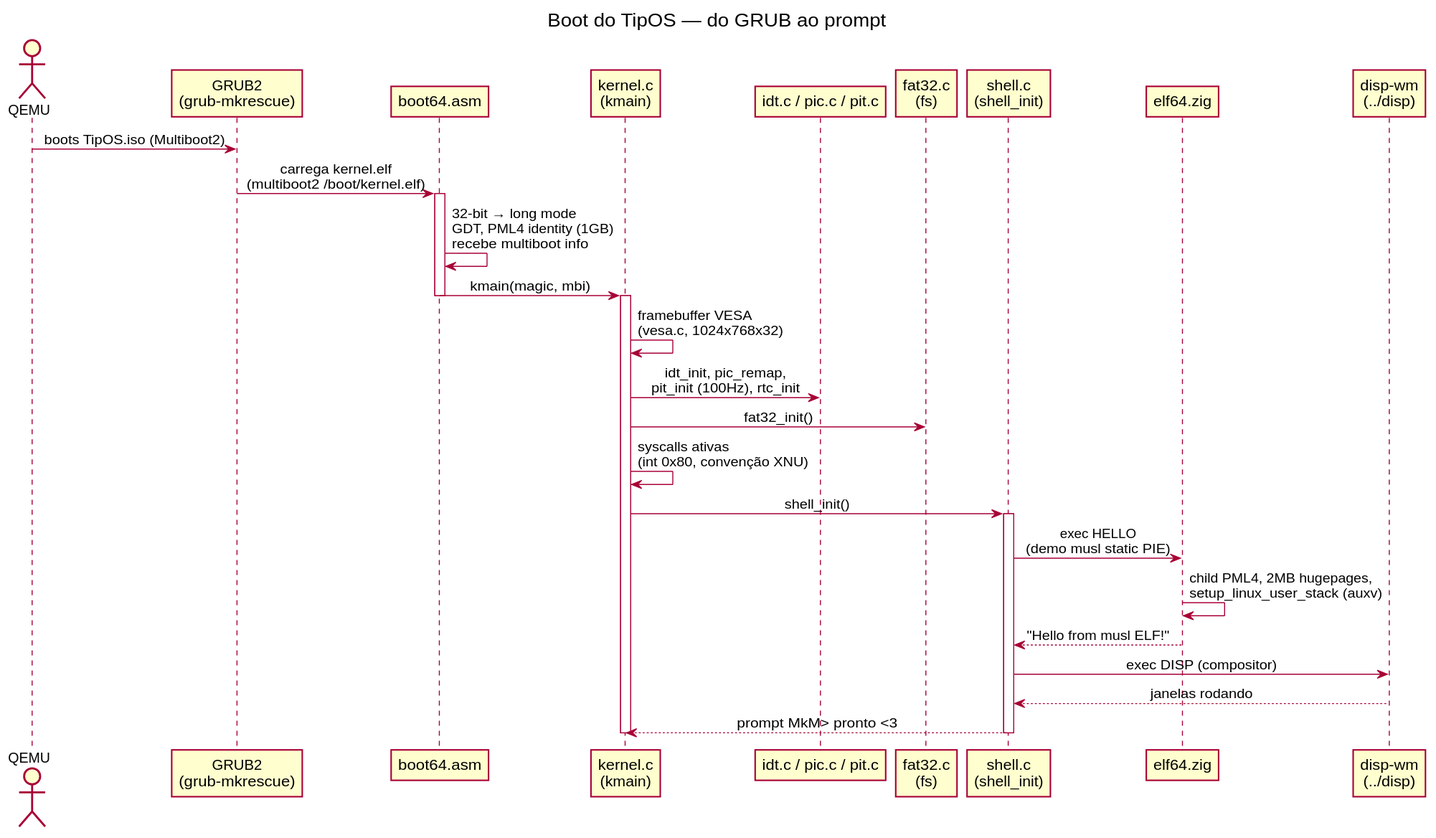
Earlier version of the PlantUML export docs/uml/boot.svg (Bugs-Appettit-inc/OvsbOs). Source of this version:
```plantuml
@startuml

title Boot do TipOS — do GRUB ao prompt

skinparam shadowing false
skinparam defaultFontName "SansSerif"
skinparam sequenceMessageAlign center

actor "QEMU" as qemu
participant "GRUB2\n(grub-mkrescue)" as grub
participant "boot64.asm" as boot
participant "kernel.c\n(kmain)" as k
participant "idt.c / pic.c / pit.c" as ipi
participant "fat32.c\n(fs)" as fs
participant "shell.c\n(shell_init)" as sh
participant "elf64.zig" as elf
participant "disp-wm\n(../disp)" as disp

qemu -> grub : boots TipOS.iso (Multiboot2)
grub -> boot : carrega kernel.elf\n(multiboot2 /boot/kernel.elf)
activate boot
boot -> boot : 32-bit → long mode\nGDT, PML4 identity (1GB)\nrecebe multiboot info
boot -> k : kmain(magic, mbi)
deactivate boot
activate k
k -> k : framebuffer VESA\n(vesa.c, 1024x768x32)
k -> ipi : idt_init, pic_remap,\npit_init (100Hz), rtc_init
k -> fs : fat32_init()
k -> k : syscalls ativas\n(int 0x80, convenção XNU)
k -> sh : shell_init()
activate sh
sh -> elf : exec HELLO\n(demo musl static PIE)
elf -> elf : child PML4, 2MB hugepages,\nsetup_linux_user_stack (auxv)
elf --> sh : "Hello from musl ELF!"
sh -> disp : exec DISP (compositor)
disp --> sh : janelas rodando
sh --> k : prompt MkM> pronto <3
deactivate sh
deactivate k
@enduml
```
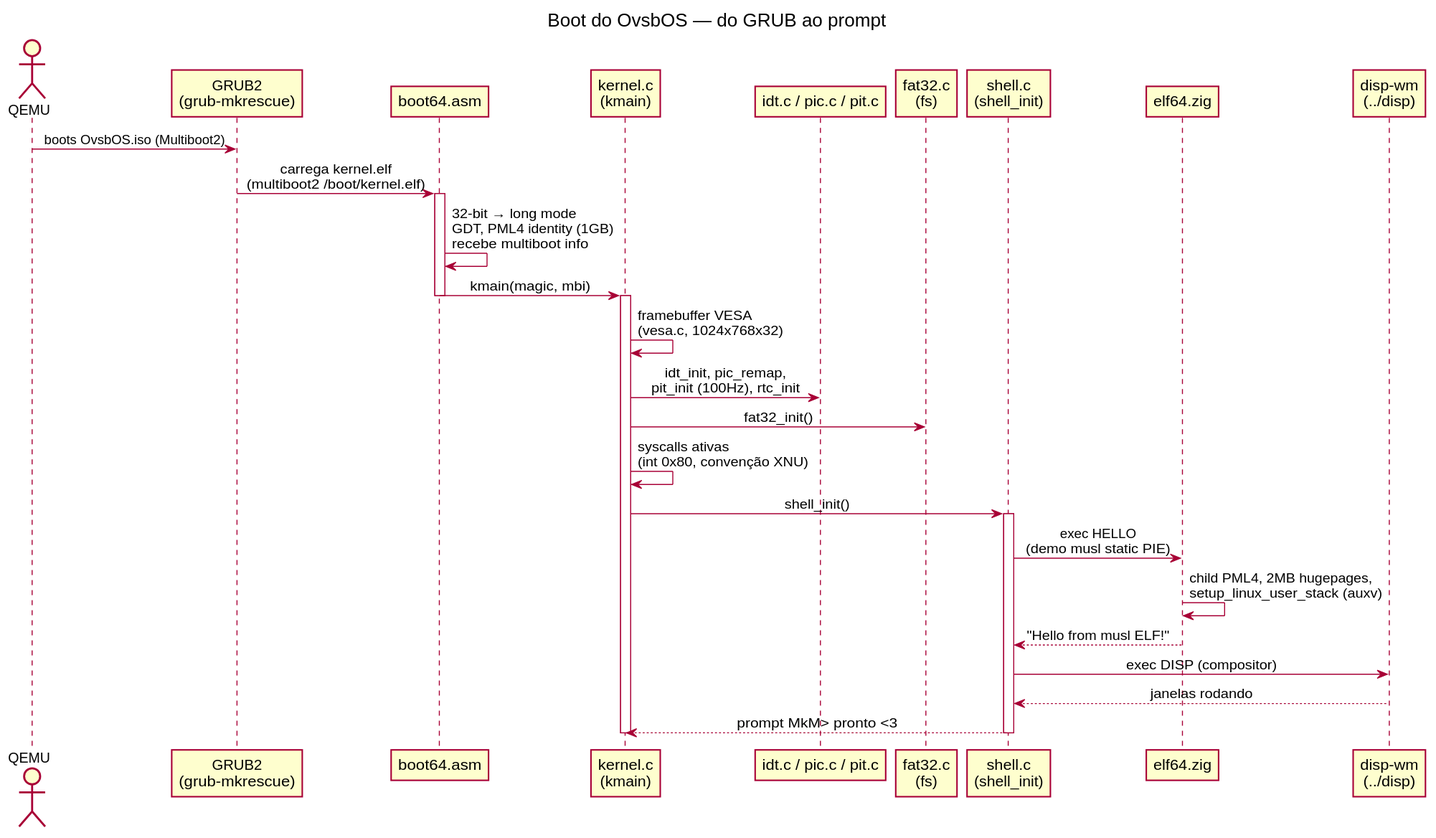
The same file after the commit.

Diff of the diagram source:
```diff
@@ -1,6 +1,6 @@
 @startuml
 
-title Boot do TipOS — do GRUB ao prompt
+title Boot do OvsbOS — do GRUB ao prompt
 
 skinparam shadowing false
 skinparam defaultFontName "SansSerif"
@@ -16,7 +16,7 @@
 participant "elf64.zig" as elf
 participant "disp-wm\n(../disp)" as disp
 
-qemu -> grub : boots TipOS.iso (Multiboot2)
+qemu -> grub : boots OvsbOS.iso (Multiboot2)
 grub -> boot : carrega kernel.elf\n(multiboot2 /boot/kernel.elf)
 activate boot
 boot -> boot : 32-bit → long mode\nGDT, PML4 identity (1GB)\nrecebe multiboot info
```
